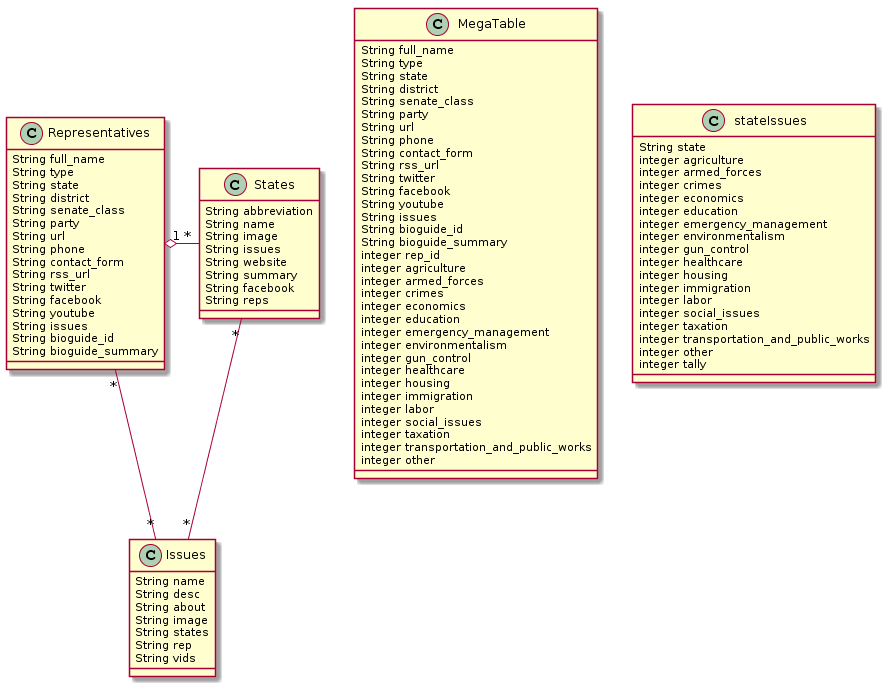
Above: uml-diagram.png in Abu-ZaydAbdullah/congressandme (PlantUML), before the change.
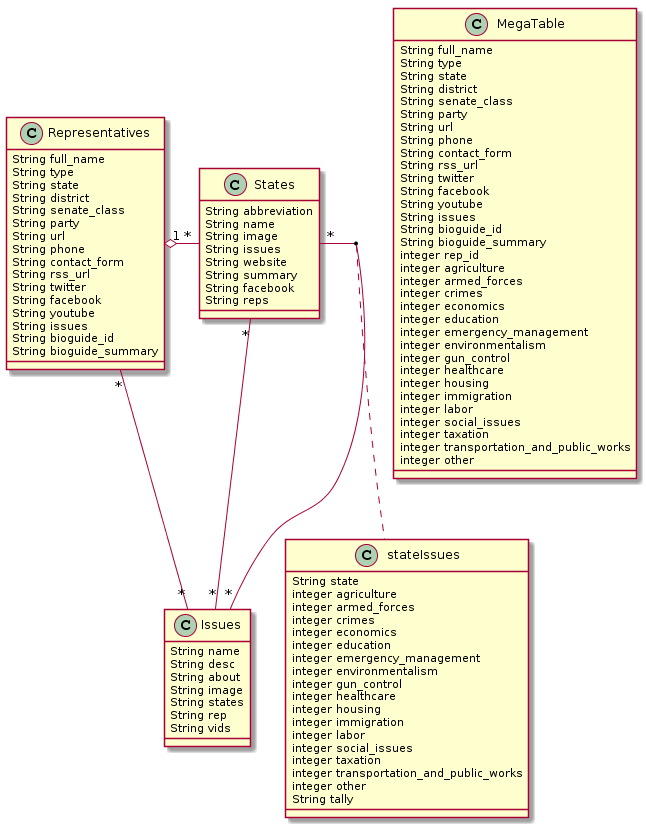
The same diagram one commit later.

Commit message:
Edited UML diagram

Change to the diagram source:
```diff
@@ -75,6 +75,10 @@
 integer other
 }
 
+States "*" - "*" Issues
+(States, Issues) .. stateIssues
+
+
 class stateIssues {
 String state
 integer agriculture
@@ -93,7 +97,7 @@
 integer taxation
 integer transportation_and_public_works
 integer other
-integer tally
+String tally
 }
 
 Representatives "1" o- "*" States
```
